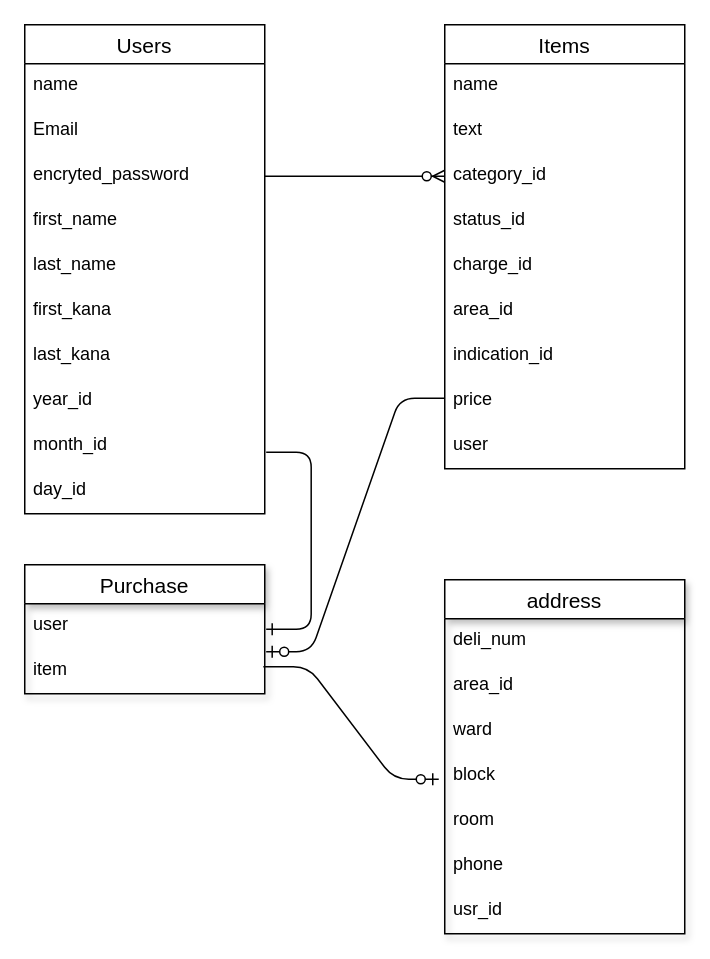
Before: ER.dio in ma-bo-3711/furima-36252, a draw.io diagram. Source tidied: cells renumbered, new cells numbered last; positions are measured from the earlier drawing's top-left corner, leaving out a move shared by most shapes. Both pictures are drawn from the tidied source at 150%, with x=0, y=0 at pixel (24, 24).
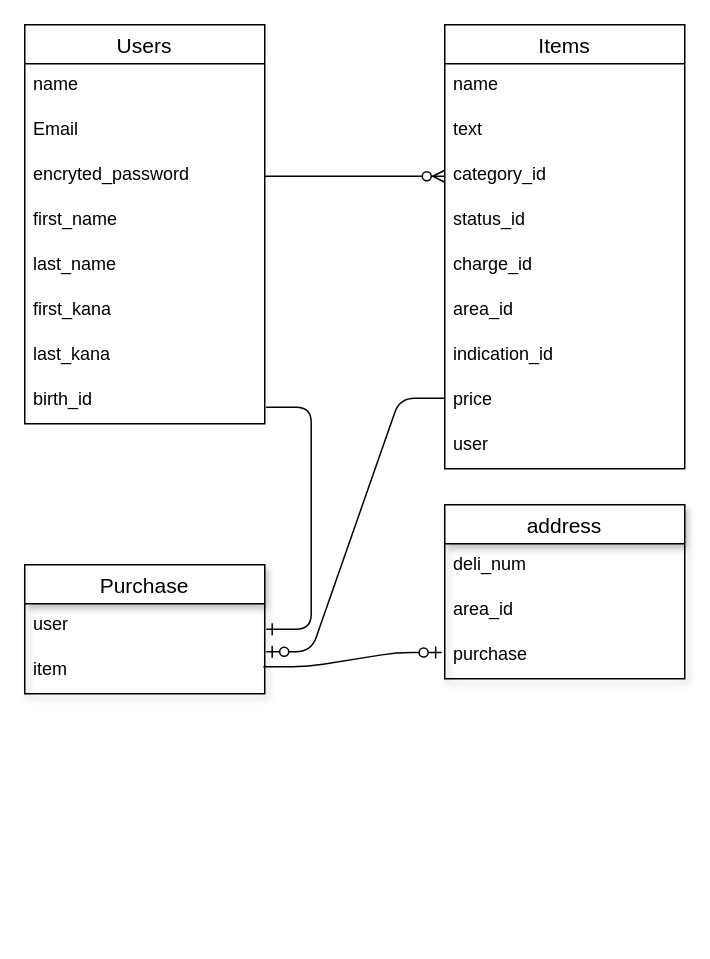
Above is the later version.

The change refers to these unchanged cells:
```xml
<mxCell id="25" value="item" style="text;strokeColor=none;fillColor=none;spacingLeft=4;spacingRight=4;overflow=hidden;points=[[0,0.5],[1,0.5]];portConstraint=eastwest;fontSize=12;" parent="23" vertex="1">
  <mxGeometry y="56" width="160" height="30" as="geometry" />
</mxCell>
```

Change to the diagram source:
```diff
@@
     <mxCell id="2" value="Users" style="swimlane;fontStyle=0;horizontal=1;startSize=26;align=center;fontSize=14;rotation=0;" parent="1" vertex="1">
-      <mxGeometry width="160" height="326" as="geometry" />
+      <mxGeometry width="160" height="266" as="geometry" />
     </mxCell>
@@
-    <mxCell id="10" value="year_id" style="text;strokeColor=none;fillColor=none;spacingLeft=4;spacingRight=4;overflow=hidden;fontSize=12;rotation=0;" parent="2" vertex="1">
-      <mxGeometry y="236" width="160" height="30" as="geometry" />
-    </mxCell>
-    <mxCell id="11" value="month_id" style="text;strokeColor=none;fillColor=none;spacingLeft=4;spacingRight=4;overflow=hidden;points=[[0,0.5],[1,0.5]];portConstraint=eastwest;fontSize=12;rotation=0;" parent="2" vertex="1">
-      <mxGeometry y="266" width="160" height="30" as="geometry" />
+    <mxCell id="11" value="birth_id" style="text;strokeColor=none;fillColor=none;spacingLeft=4;spacingRight=4;overflow=hidden;points=[[0,0.5],[1,0.5]];portConstraint=eastwest;fontSize=12;rotation=0;" parent="2" vertex="1">
+      <mxGeometry y="236" width="160" height="30" as="geometry" />
     </mxCell>
-    <mxCell id="12" value="day_id" style="text;strokeColor=none;fillColor=none;spacingLeft=4;spacingRight=4;overflow=hidden;fontSize=12;rotation=0;" parent="2" vertex="1">
-      <mxGeometry y="296" width="160" height="30" as="geometry" />
-    </mxCell>
@@
     <mxCell id="26" value="address" style="swimlane;fontStyle=0;horizontal=1;startSize=26;align=center;fontSize=14;shadow=1;" parent="1" vertex="1">
-      <mxGeometry x="280" y="370" width="160" height="236" as="geometry" />
+      <mxGeometry x="280" y="320" width="160" height="116" as="geometry" />
     </mxCell>
@@
-    <mxCell id="29" value="ward" style="text;strokeColor=none;fillColor=none;spacingLeft=4;spacingRight=4;overflow=hidden;fontSize=12;" parent="26" vertex="1">
-      <mxGeometry y="86" width="160" height="30" as="geometry" />
-    </mxCell>
-    <mxCell id="30" value="block" style="text;strokeColor=none;fillColor=none;spacingLeft=4;spacingRight=4;overflow=hidden;points=[[0,0.5],[1,0.5]];portConstraint=eastwest;fontSize=12;" parent="26" vertex="1">
-      <mxGeometry y="116" width="160" height="30" as="geometry" />
-    </mxCell>
-    <mxCell id="31" value="room" style="text;strokeColor=none;fillColor=none;spacingLeft=4;spacingRight=4;overflow=hidden;fontSize=12;" parent="26" vertex="1">
-      <mxGeometry y="146" width="160" height="30" as="geometry" />
-    </mxCell>
-    <mxCell id="32" value="phone" style="text;strokeColor=none;fillColor=none;spacingLeft=4;spacingRight=4;overflow=hidden;fontSize=12;" parent="26" vertex="1">
-      <mxGeometry y="176" width="160" height="30" as="geometry" />
-    </mxCell>
-    <mxCell id="33" value="usr_id" style="text;strokeColor=none;fillColor=none;spacingLeft=4;spacingRight=4;overflow=hidden;points=[[0,0.5],[1,0.5]];portConstraint=eastwest;fontSize=12;" parent="26" vertex="1">
-      <mxGeometry y="206" width="160" height="30" as="geometry" />
+    <mxCell id="33" value="purchase" style="text;strokeColor=none;fillColor=none;spacingLeft=4;spacingRight=4;overflow=hidden;points=[[0,0.5],[1,0.5]];portConstraint=eastwest;fontSize=12;" parent="26" vertex="1">
+      <mxGeometry y="86" width="160" height="30" as="geometry" />
     </mxCell>
@@
-    <mxCell id="35" style="edgeStyle=entityRelationEdgeStyle;fontSize=12;html=1;endArrow=ERzeroToOne;endFill=1;strokeWidth=1;exitX=0.994;exitY=0.4;exitDx=0;exitDy=0;entryX=-0.025;entryY=0.567;entryDx=0;entryDy=0;entryPerimeter=0;exitPerimeter=0;" parent="1" edge="1" source="25" target="30">
+    <mxCell id="35" style="edgeStyle=entityRelationEdgeStyle;fontSize=12;html=1;endArrow=ERzeroToOne;endFill=1;strokeWidth=1;exitX=0.994;exitY=0.4;exitDx=0;exitDy=0;entryX=-0.013;entryY=0.416;entryDx=0;entryDy=0;entryPerimeter=0;exitPerimeter=0;" parent="1" edge="1" source="25" target="33">
       <mxGeometry relative="1" as="geometry" />
     </mxCell>
```
